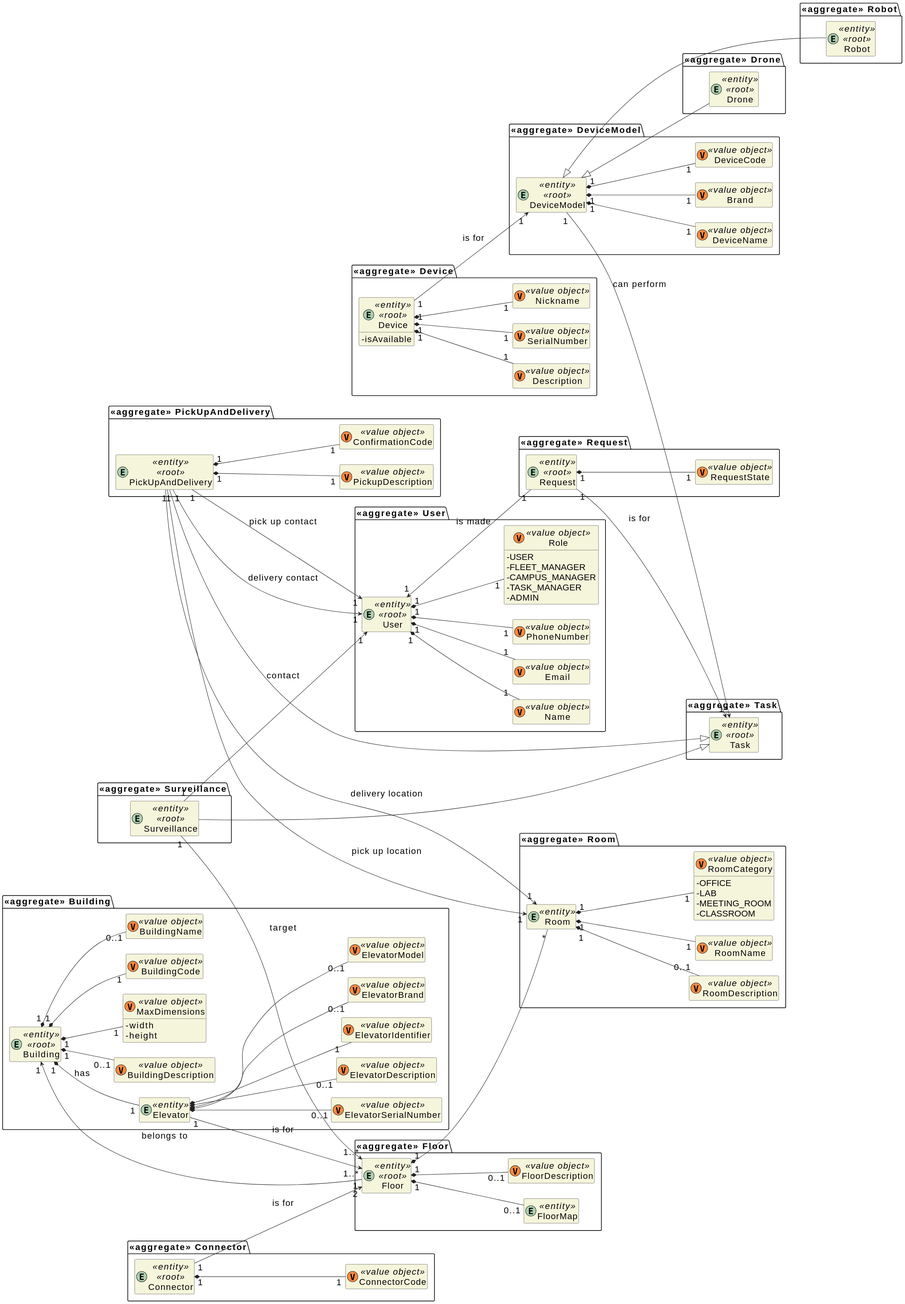
The PlantUML diagram _wiki/dm/assets/dm.svg in miseEnPlace-dev/lapr5, before a commit.
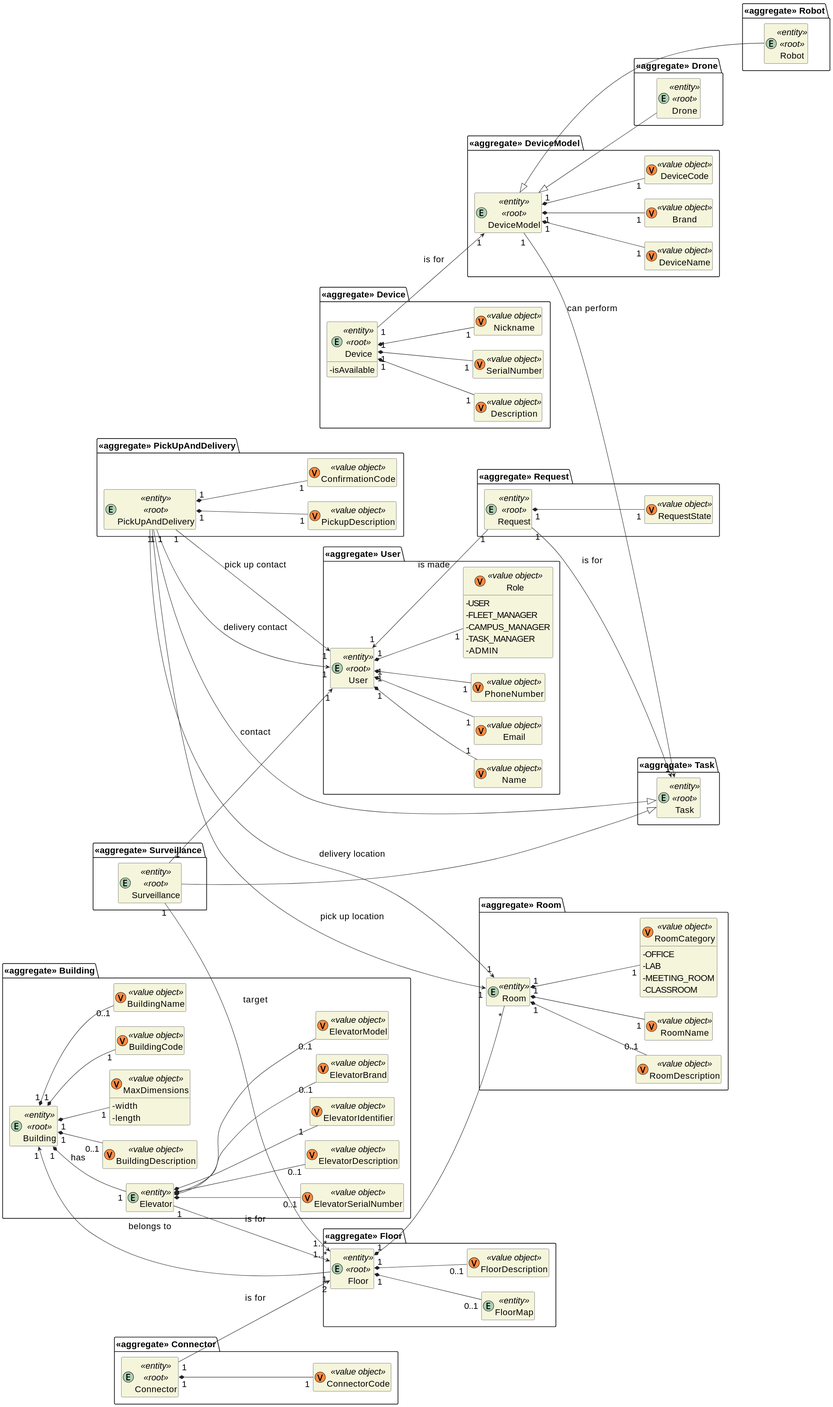
Above is the later version.

The edit, as a diff of the source:
```diff
@@ -110,7 +110,7 @@
   class BuildingDescription <<(V,#FF8B40) value object>> {}
   class MaxDimensions <<(V,#FF8B40) value object>> {
     - width
-    - height
+    - length
   }
 }
 
```
